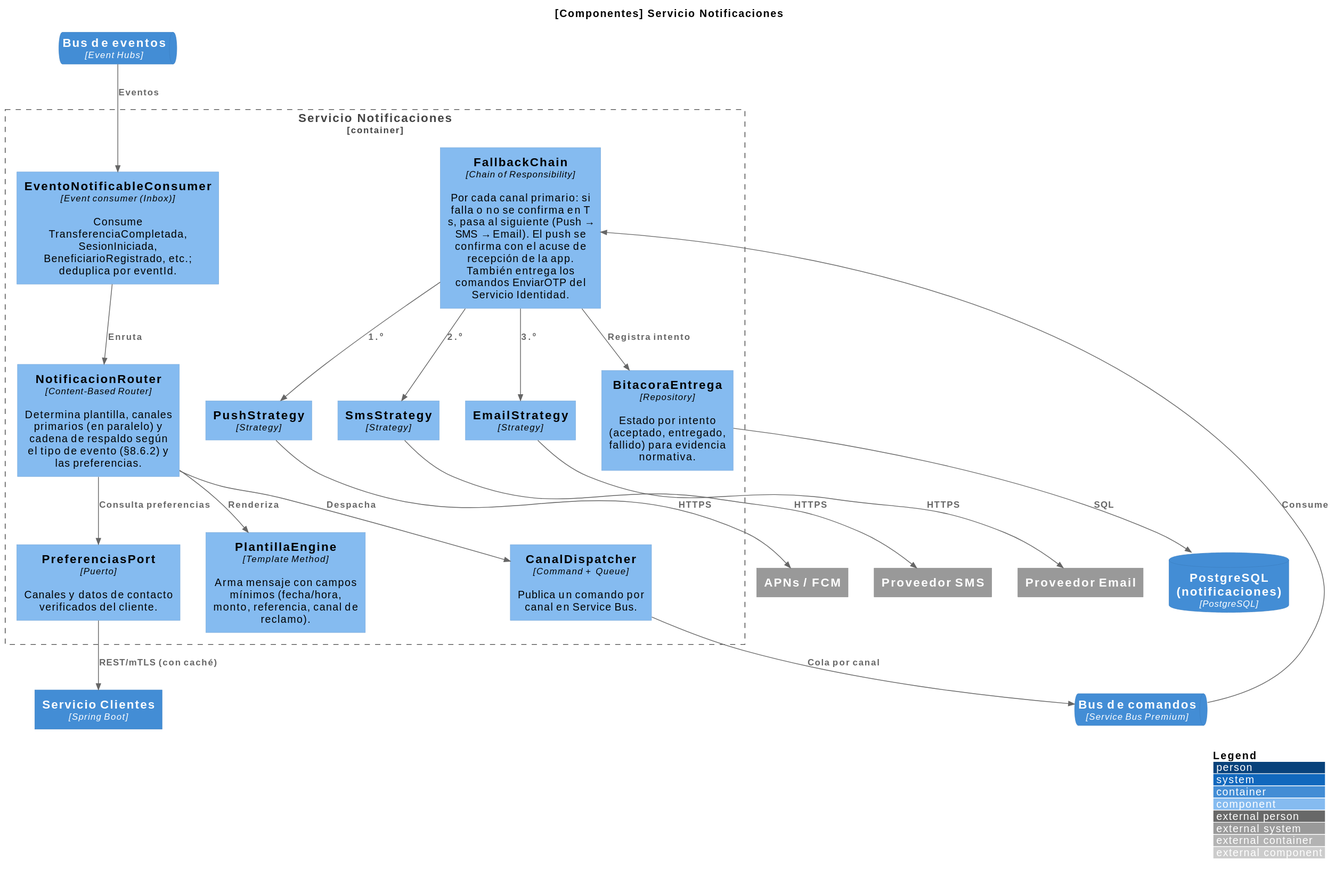
Before: images/Componentes-Servicio Notificaciones.svg, a diagram exported from PlantUML (dledesman/banca-por-internet). The source it was exported from:
```plantuml
@startuml
!include <C4/C4_Component>
LAYOUT_WITH_LEGEND()
title [Componentes] Servicio Notificaciones

ContainerQueue(evh, "Bus de eventos", "Event Hubs")
ContainerQueue(sbus, "Bus de comandos", "Service Bus Premium")
ContainerDb(pg, "PostgreSQL (notificaciones)", "PostgreSQL")
Container(sCli, "Servicio Clientes", "Spring Boot")
System_Ext(push, "APNs / FCM")
System_Ext(sms, "Proveedor SMS")
System_Ext(email, "Proveedor Email")

Container_Boundary(notif, "Servicio Notificaciones") {
  Component(cons, "EventoNotificableConsumer", "Event consumer (Inbox)", "Consume TransferenciaCompletada, SesionIniciada, BeneficiarioRegistrado, etc.; deduplica por eventId.")
  Component(route, "NotificacionRouter", "Content-Based Router", "Determina plantilla, canales primarios (en paralelo) y cadena de respaldo según el tipo de evento (§8.6.2) y las preferencias.")
  Component(pref, "PreferenciasPort", "Puerto", "Canales y datos de contacto verificados del cliente.")
  Component(tpl, "PlantillaEngine", "Template Method", "Arma mensaje con campos mínimos (fecha/hora, monto, referencia, canal de reclamo).")
  Component(disp, "CanalDispatcher", "Command + Queue", "Publica un comando por canal en Service Bus.")
  Component(chain, "FallbackChain", "Chain of Responsibility", "Por cada canal primario: si falla o no se confirma en T s, pasa al siguiente (Push → SMS → Email). El push se confirma con el acuse de recepción de la app. También entrega los comandos EnviarOTP del Servicio Identidad.")
  Component(sPush, "PushStrategy", "Strategy", "")
  Component(sSms, "SmsStrategy", "Strategy", "")
  Component(sMail, "EmailStrategy", "Strategy", "")
  Component(log, "BitacoraEntrega", "Repository", "Estado por intento (aceptado, entregado, fallido) para evidencia normativa.")
}

Rel(evh, cons, "Eventos")
Rel(cons, route, "Enruta")
Rel(route, pref, "Consulta preferencias")
Rel(pref, sCli, "REST/mTLS (con caché)")
Rel(route, tpl, "Renderiza")
Rel(route, disp, "Despacha")
Rel(disp, sbus, "Cola por canal")
Rel(sbus, chain, "Consume")
Rel(chain, sPush, "1.º")
Rel(chain, sSms, "2.º")
Rel(chain, sMail, "3.º")
Rel(sPush, push, "HTTPS")
Rel(sSms, sms, "HTTPS")
Rel(sMail, email, "HTTPS")
Rel(chain, log, "Registra intento")
Rel(log, pg, "SQL")
@enduml
```
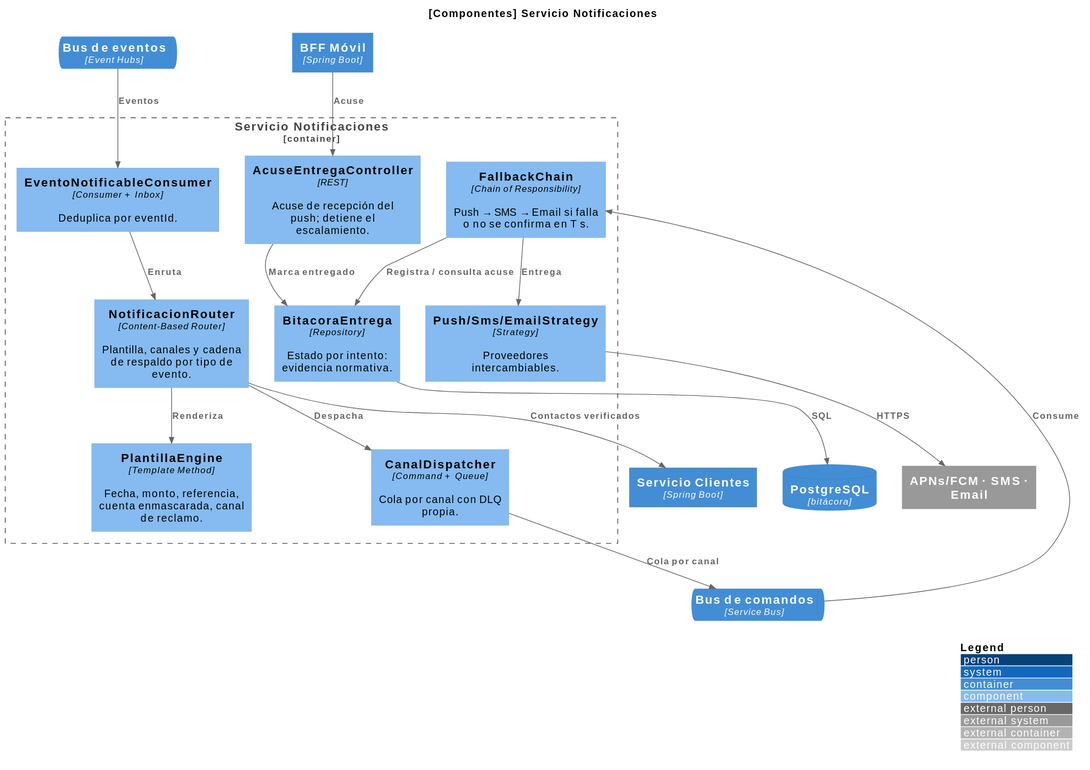
The same diagram one commit later.

Change to the diagram source:
```diff
@@ -4,40 +4,34 @@
 title [Componentes] Servicio Notificaciones
 
 ContainerQueue(evh, "Bus de eventos", "Event Hubs")
-ContainerQueue(sbus, "Bus de comandos", "Service Bus Premium")
-ContainerDb(pg, "PostgreSQL (notificaciones)", "PostgreSQL")
+ContainerQueue(sbus, "Bus de comandos", "Service Bus")
+ContainerDb(pg, "PostgreSQL", "bitácora")
 Container(sCli, "Servicio Clientes", "Spring Boot")
-System_Ext(push, "APNs / FCM")
-System_Ext(sms, "Proveedor SMS")
-System_Ext(email, "Proveedor Email")
+Container(bffm, "BFF Móvil", "Spring Boot")
+System_Ext(prov, "APNs/FCM · SMS · Email")
 
 Container_Boundary(notif, "Servicio Notificaciones") {
-  Component(cons, "EventoNotificableConsumer", "Event consumer (Inbox)", "Consume TransferenciaCompletada, SesionIniciada, BeneficiarioRegistrado, etc.; deduplica por eventId.")
-  Component(route, "NotificacionRouter", "Content-Based Router", "Determina plantilla, canales primarios (en paralelo) y cadena de respaldo según el tipo de evento (§8.6.2) y las preferencias.")
-  Component(pref, "PreferenciasPort", "Puerto", "Canales y datos de contacto verificados del cliente.")
-  Component(tpl, "PlantillaEngine", "Template Method", "Arma mensaje con campos mínimos (fecha/hora, monto, referencia, canal de reclamo).")
-  Component(disp, "CanalDispatcher", "Command + Queue", "Publica un comando por canal en Service Bus.")
-  Component(chain, "FallbackChain", "Chain of Responsibility", "Por cada canal primario: si falla o no se confirma en T s, pasa al siguiente (Push → SMS → Email). El push se confirma con el acuse de recepción de la app. También entrega los comandos EnviarOTP del Servicio Identidad.")
-  Component(sPush, "PushStrategy", "Strategy", "")
-  Component(sSms, "SmsStrategy", "Strategy", "")
-  Component(sMail, "EmailStrategy", "Strategy", "")
-  Component(log, "BitacoraEntrega", "Repository", "Estado por intento (aceptado, entregado, fallido) para evidencia normativa.")
+  Component(cons, "EventoNotificableConsumer", "Consumer + Inbox", "Deduplica por eventId.")
+  Component(route, "NotificacionRouter", "Content-Based Router", "Plantilla, canales y cadena de respaldo por tipo de evento.")
+  Component(tpl, "PlantillaEngine", "Template Method", "Fecha, monto, referencia, cuenta enmascarada, canal de reclamo.")
+  Component(disp, "CanalDispatcher", "Command + Queue", "Cola por canal con DLQ propia.")
+  Component(chain, "FallbackChain", "Chain of Responsibility", "Push → SMS → Email si falla o no se confirma en T s.")
+  Component(strat, "Push/Sms/EmailStrategy", "Strategy", "Proveedores intercambiables.")
+  Component(log, "BitacoraEntrega", "Repository", "Estado por intento: evidencia normativa.")
+  Component(ack, "AcuseEntregaController", "REST", "Acuse de recepción del push; detiene el escalamiento.")
 }
 
 Rel(evh, cons, "Eventos")
 Rel(cons, route, "Enruta")
-Rel(route, pref, "Consulta preferencias")
-Rel(pref, sCli, "REST/mTLS (con caché)")
+Rel(route, sCli, "Contactos verificados")
 Rel(route, tpl, "Renderiza")
 Rel(route, disp, "Despacha")
 Rel(disp, sbus, "Cola por canal")
 Rel(sbus, chain, "Consume")
-Rel(chain, sPush, "1.º")
-Rel(chain, sSms, "2.º")
-Rel(chain, sMail, "3.º")
-Rel(sPush, push, "HTTPS")
-Rel(sSms, sms, "HTTPS")
-Rel(sMail, email, "HTTPS")
-Rel(chain, log, "Registra intento")
+Rel(chain, strat, "Entrega")
+Rel(strat, prov, "HTTPS")
+Rel(chain, log, "Registra / consulta acuse")
 Rel(log, pg, "SQL")
+Rel(bffm, ack, "Acuse")
+Rel(ack, log, "Marca entregado")
 @enduml
```
